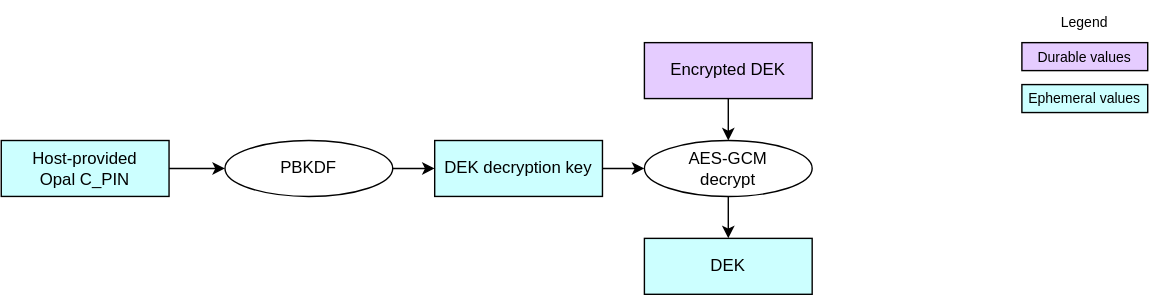
Before: doc/ocp_lock/diagrams/dek_decryption.drawio.svg, a diagram exported from draw.io (chipsalliance/Caliptra). Source tidied: cells renumbered, new cells last; positions are measured from the earlier drawing's top-left corner, leaving out a move shared by most shapes. Its diagram source:
```xml
<mxGraphModel background="#ffffff">
  <root>
    <mxCell id="0" />
    <mxCell id="1" parent="0" />
    <mxCell id="2" value="&lt;div&gt;&lt;font color=&quot;#000000&quot;&gt;Encrypted DEK&lt;/font&gt;&lt;/div&gt;" style="rounded=0;whiteSpace=wrap;html=1;align=center;verticalAlign=middle;shadow=0;glass=0;spacingLeft=0;spacingBottom=0;spacingTop=0;fillColor=#E5CCFF;" parent="1" vertex="1">
      <mxGeometry x="460" y="30" width="120" height="40" as="geometry" />
    </mxCell>
    <mxCell id="3" value="&lt;div&gt;&lt;font color=&quot;#000000&quot;&gt;DEK decryption key&lt;/font&gt;&lt;/div&gt;" style="rounded=0;whiteSpace=wrap;html=1;align=center;verticalAlign=middle;shadow=0;glass=0;spacingLeft=0;spacingBottom=0;spacingTop=0;fillColor=#CCFFFF;" parent="1" vertex="1">
      <mxGeometry x="310" y="100" width="120" height="40" as="geometry" />
    </mxCell>
    <mxCell id="4" value="&lt;div&gt;&lt;font color=&quot;#000000&quot;&gt;Host-provided&lt;/font&gt;&lt;/div&gt;&lt;div&gt;&lt;font color=&quot;#000000&quot;&gt;Opal C_PIN&lt;/font&gt;&lt;/div&gt;" style="rounded=0;whiteSpace=wrap;html=1;align=center;verticalAlign=middle;shadow=0;glass=0;spacingLeft=0;spacingBottom=0;spacingTop=0;fillColor=#CCFFFF;" parent="1" vertex="1">
      <mxGeometry y="100" width="120" height="40" as="geometry" />
    </mxCell>
    <mxCell id="5" value="AES-GCM&lt;div&gt;decrypt&lt;/div&gt;" style="ellipse;whiteSpace=wrap;html=1;fillColor=#FFFFFF;" parent="1" vertex="1">
      <mxGeometry x="460" y="100" width="120" height="40" as="geometry" />
    </mxCell>
    <mxCell id="6" style="endArrow=classic;html=1;exitX=1;exitY=0.5;exitDx=0;exitDy=0;entryX=0;entryY=0.5;entryDx=0;entryDy=0;" parent="1" edge="1" source="3" target="5">
      <mxGeometry relative="1" as="geometry" />
    </mxCell>
    <mxCell id="7" value="PBKDF" style="ellipse;whiteSpace=wrap;html=1;fillColor=#FFFFFF;" parent="1" vertex="1">
      <mxGeometry x="160" y="100" width="120" height="40" as="geometry" />
    </mxCell>
    <mxCell id="8" style="endArrow=classic;html=1;exitX=1;exitY=0.5;exitDx=0;exitDy=0;entryX=0;entryY=0.5;entryDx=0;entryDy=0;" parent="1" edge="1" source="4" target="7">
      <mxGeometry relative="1" as="geometry" />
    </mxCell>
    <mxCell id="9" style="endArrow=classic;html=1;exitX=1;exitY=0.5;exitDx=0;exitDy=0;entryX=0;entryY=0.5;entryDx=0;entryDy=0;" parent="1" edge="1" source="7" target="3">
      <mxGeometry relative="1" as="geometry" />
    </mxCell>
    <mxCell id="10" style="endArrow=classic;html=1;exitX=0.5;exitY=1;exitDx=0;exitDy=0;entryX=0.5;entryY=0;entryDx=0;entryDy=0;" parent="1" edge="1" source="5" target="14">
      <mxGeometry relative="1" as="geometry" />
    </mxCell>
    <mxCell id="11" value="&lt;div&gt;&lt;font color=&quot;#000000&quot;&gt;Durable values&lt;/font&gt;&lt;/div&gt;" style="rounded=0;whiteSpace=wrap;html=1;align=center;verticalAlign=middle;shadow=0;glass=0;spacingLeft=0;spacingBottom=0;spacingTop=0;fillColor=#E5CCFF;fontSize=10;" parent="1" vertex="1">
      <mxGeometry x="730" y="30" width="90" height="20" as="geometry" />
    </mxCell>
    <mxCell id="12" value="Legend" style="text;strokeColor=none;align=center;fillColor=none;html=1;verticalAlign=middle;whiteSpace=wrap;rounded=0;fontSize=10;" parent="1" vertex="1">
      <mxGeometry x="745" width="60" height="30" as="geometry" />
    </mxCell>
    <mxCell id="13" value="&lt;div&gt;&lt;font color=&quot;#000000&quot;&gt;Ephemeral values&lt;/font&gt;&lt;/div&gt;" style="rounded=0;whiteSpace=wrap;html=1;align=center;verticalAlign=middle;shadow=0;glass=0;spacingLeft=0;spacingBottom=0;spacingTop=0;fillColor=#CCFFFF;fontSize=10;" parent="1" vertex="1">
      <mxGeometry x="730" y="60" width="90" height="20" as="geometry" />
    </mxCell>
    <mxCell id="14" value="DEK" style="rounded=0;whiteSpace=wrap;html=1;align=center;verticalAlign=middle;shadow=0;glass=0;spacingLeft=0;spacingBottom=0;spacingTop=0;fillColor=#CCFFFF;" parent="1" vertex="1">
      <mxGeometry x="460" y="170" width="120" height="40" as="geometry" />
    </mxCell>
    <mxCell id="15" style="endArrow=classic;html=1;exitX=0.5;exitY=1;exitDx=0;exitDy=0;entryX=0.5;entryY=0;entryDx=0;entryDy=0;" parent="1" edge="1" source="2" target="5">
      <mxGeometry relative="1" as="geometry" />
    </mxCell>
  </root>
</mxGraphModel>
```
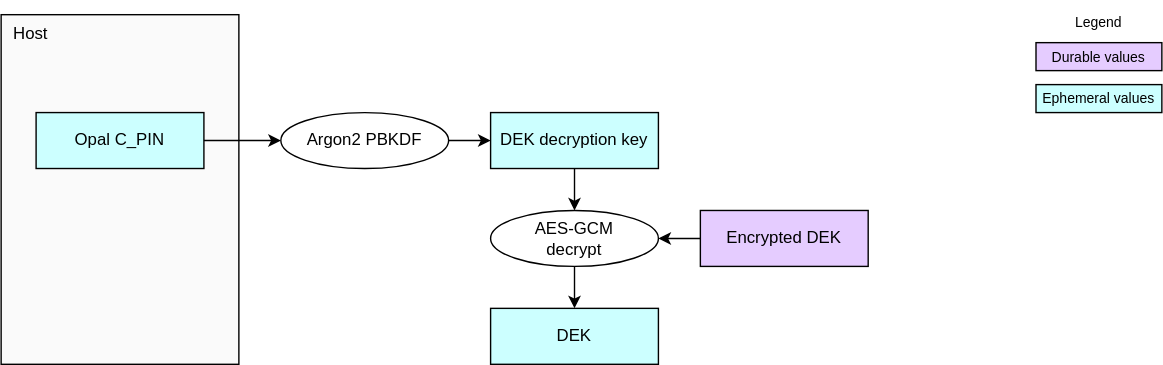
Above is the later version.

What changed in the source:
```diff
@@ -2,23 +2,26 @@
   <root>
     <mxCell id="0" />
     <mxCell id="1" parent="0" />
+    <mxCell id="16" value="Host" style="rounded=0;whiteSpace=wrap;html=1;fillColor=#FAFAFA;strokeColor=#000000;align=left;verticalAlign=top;spacingLeft=7;" parent="1" vertex="1">
+      <mxGeometry x="-10" y="10" width="170" height="250" as="geometry" />
+    </mxCell>
     <mxCell id="2" value="&lt;div&gt;&lt;font color=&quot;#000000&quot;&gt;Encrypted DEK&lt;/font&gt;&lt;/div&gt;" style="rounded=0;whiteSpace=wrap;html=1;align=center;verticalAlign=middle;shadow=0;glass=0;spacingLeft=0;spacingBottom=0;spacingTop=0;fillColor=#E5CCFF;" parent="1" vertex="1">
-      <mxGeometry x="460" y="30" width="120" height="40" as="geometry" />
+      <mxGeometry x="490" y="150" width="120" height="40" as="geometry" />
     </mxCell>
     <mxCell id="3" value="&lt;div&gt;&lt;font color=&quot;#000000&quot;&gt;DEK decryption key&lt;/font&gt;&lt;/div&gt;" style="rounded=0;whiteSpace=wrap;html=1;align=center;verticalAlign=middle;shadow=0;glass=0;spacingLeft=0;spacingBottom=0;spacingTop=0;fillColor=#CCFFFF;" parent="1" vertex="1">
-      <mxGeometry x="310" y="100" width="120" height="40" as="geometry" />
+      <mxGeometry x="340" y="80" width="120" height="40" as="geometry" />
     </mxCell>
-    <mxCell id="4" value="&lt;div&gt;&lt;font color=&quot;#000000&quot;&gt;Host-provided&lt;/font&gt;&lt;/div&gt;&lt;div&gt;&lt;font color=&quot;#000000&quot;&gt;Opal C_PIN&lt;/font&gt;&lt;/div&gt;" style="rounded=0;whiteSpace=wrap;html=1;align=center;verticalAlign=middle;shadow=0;glass=0;spacingLeft=0;spacingBottom=0;spacingTop=0;fillColor=#CCFFFF;" parent="1" vertex="1">
-      <mxGeometry y="100" width="120" height="40" as="geometry" />
+    <mxCell id="4" value="&lt;div&gt;&lt;span style=&quot;background-color: transparent;&quot;&gt;Opal C_PIN&lt;/span&gt;&lt;/div&gt;" style="rounded=0;whiteSpace=wrap;html=1;align=center;verticalAlign=middle;shadow=0;glass=0;spacingLeft=0;spacingBottom=0;spacingTop=0;fillColor=#CCFFFF;" parent="1" vertex="1">
+      <mxGeometry x="15" y="80" width="120" height="40" as="geometry" />
     </mxCell>
     <mxCell id="5" value="AES-GCM&lt;div&gt;decrypt&lt;/div&gt;" style="ellipse;whiteSpace=wrap;html=1;fillColor=#FFFFFF;" parent="1" vertex="1">
-      <mxGeometry x="460" y="100" width="120" height="40" as="geometry" />
+      <mxGeometry x="340" y="150" width="120" height="40" as="geometry" />
     </mxCell>
-    <mxCell id="6" style="endArrow=classic;html=1;exitX=1;exitY=0.5;exitDx=0;exitDy=0;entryX=0;entryY=0.5;entryDx=0;entryDy=0;" parent="1" edge="1" source="3" target="5">
+    <mxCell id="6" style="endArrow=classic;html=1;exitX=0.5;exitY=1;exitDx=0;exitDy=0;entryX=0.5;entryY=0;entryDx=0;entryDy=0;" parent="1" edge="1" source="3" target="5">
       <mxGeometry relative="1" as="geometry" />
     </mxCell>
-    <mxCell id="7" value="PBKDF" style="ellipse;whiteSpace=wrap;html=1;fillColor=#FFFFFF;" parent="1" vertex="1">
-      <mxGeometry x="160" y="100" width="120" height="40" as="geometry" />
+    <mxCell id="7" value="Argon2 PBKDF" style="ellipse;whiteSpace=wrap;html=1;fillColor=#FFFFFF;" parent="1" vertex="1">
+      <mxGeometry x="190" y="80" width="120" height="40" as="geometry" />
     </mxCell>
     <mxCell id="8" style="endArrow=classic;html=1;exitX=1;exitY=0.5;exitDx=0;exitDy=0;entryX=0;entryY=0.5;entryDx=0;entryDy=0;" parent="1" edge="1" source="4" target="7">
       <mxGeometry relative="1" as="geometry" />
@@ -39,9 +42,9 @@
       <mxGeometry x="730" y="60" width="90" height="20" as="geometry" />
     </mxCell>
     <mxCell id="14" value="DEK" style="rounded=0;whiteSpace=wrap;html=1;align=center;verticalAlign=middle;shadow=0;glass=0;spacingLeft=0;spacingBottom=0;spacingTop=0;fillColor=#CCFFFF;" parent="1" vertex="1">
-      <mxGeometry x="460" y="170" width="120" height="40" as="geometry" />
+      <mxGeometry x="340" y="220" width="120" height="40" as="geometry" />
     </mxCell>
-    <mxCell id="15" style="endArrow=classic;html=1;exitX=0.5;exitY=1;exitDx=0;exitDy=0;entryX=0.5;entryY=0;entryDx=0;entryDy=0;" parent="1" edge="1" source="2" target="5">
+    <mxCell id="15" style="endArrow=classic;html=1;exitX=0;exitY=0.5;exitDx=0;exitDy=0;entryX=1;entryY=0.5;entryDx=0;entryDy=0;" parent="1" edge="1" source="2" target="5">
       <mxGeometry relative="1" as="geometry" />
     </mxCell>
   </root>
```
